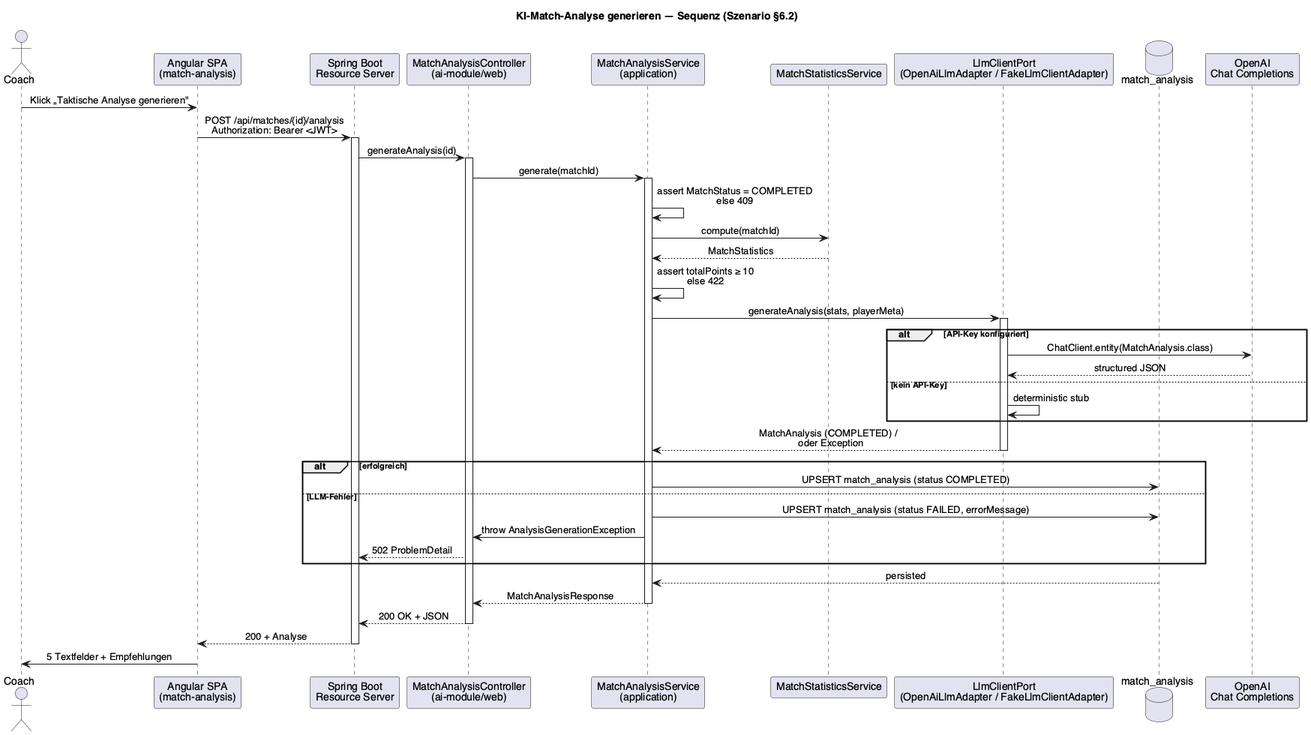
cbo1970/tsas keeps this PlantUML diagram as doc/sad/diagrams/TSaS_Seq_GenerateAnalysis.png. Above is the earlier version. Source of this version:
```plantuml
@startuml TSaS_Seq_GenerateAnalysis
skinparamlocked dpiScale 2.5
title KI-Match-Analyse generieren — Sequenz (Szenario §6.2)

skinparam sequenceMessageAlign center
skinparam shadowing false
skinparam defaultFontName Helvetica

actor Coach
participant "Angular SPA\n(match-analysis)" as FE
participant "Spring Boot\nResource Server" as API
participant "MatchAnalysisController\n(ai-module/web)" as Ctrl
participant "MatchAnalysisService\n(application)" as Svc
participant "MatchStatisticsService" as Stats
participant "LlmClientPort\n(OpenAiLlmAdapter / FakeLlmClientAdapter)" as Llm
database "match_analysis" as DB
participant "OpenAI\nChat Completions" as OpenAI

Coach -> FE : Klick „Taktische Analyse generieren"
FE -> API : POST /api/matches/{id}/analysis\nAuthorization: Bearer <JWT>
activate API
API -> Ctrl : generateAnalysis(id)
activate Ctrl
Ctrl -> Svc : generate(matchId)
activate Svc
Svc -> Svc : assert MatchStatus = COMPLETED\nelse 409
Svc -> Stats : compute(matchId)
Stats --> Svc : MatchStatistics
Svc -> Svc : assert totalPoints ≥ 10\nelse 422
Svc -> Llm : generateAnalysis(stats, playerMeta)
activate Llm
alt API-Key konfiguriert
  Llm -> OpenAI : ChatClient.entity(MatchAnalysis.class)
  OpenAI --> Llm : structured JSON
else kein API-Key
  Llm -> Llm : deterministic stub
end
Llm --> Svc : MatchAnalysis (COMPLETED) /\n  oder Exception
deactivate Llm
alt erfolgreich
  Svc -> DB : UPSERT match_analysis (status COMPLETED)
else LLM-Fehler
  Svc -> DB : UPSERT match_analysis (status FAILED, errorMessage)
  Svc -> Ctrl : throw AnalysisGenerationException
  Ctrl --> API : 502 ProblemDetail
end
DB --> Svc : persisted
Svc --> Ctrl : MatchAnalysisResponse
deactivate Svc
Ctrl --> API : 200 OK + JSON
deactivate Ctrl
API --> FE : 200 + Analyse
deactivate API
FE -> Coach : 5 Textfelder + Empfehlungen
@enduml
```
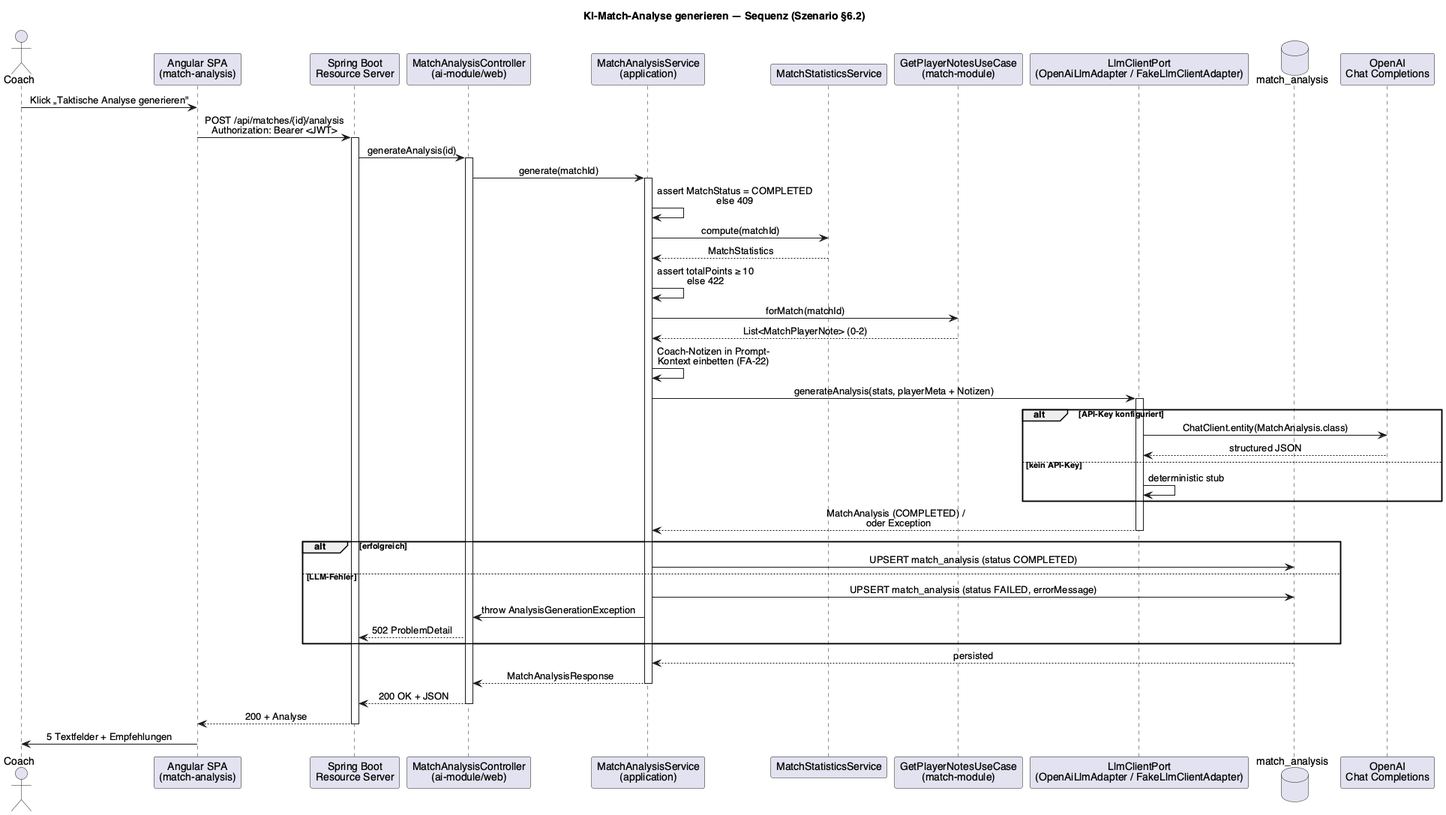
Above is the later version.

Commit message:
docs(sad): bring SAD + diagrams up to date (TEN-68 notes, Keycloak→Postgres) (#45)

The edit, as a diff of the source:
```diff
@@ -1,5 +1,4 @@
 @startuml TSaS_Seq_GenerateAnalysis
-skinparamlocked dpiScale 2.5
 title KI-Match-Analyse generieren — Sequenz (Szenario §6.2)
 
 skinparam sequenceMessageAlign center
@@ -12,6 +11,7 @@
 participant "MatchAnalysisController\n(ai-module/web)" as Ctrl
 participant "MatchAnalysisService\n(application)" as Svc
 participant "MatchStatisticsService" as Stats
+participant "GetPlayerNotesUseCase\n(match-module)" as Notes
 participant "LlmClientPort\n(OpenAiLlmAdapter / FakeLlmClientAdapter)" as Llm
 database "match_analysis" as DB
 participant "OpenAI\nChat Completions" as OpenAI
@@ -27,7 +27,10 @@
 Svc -> Stats : compute(matchId)
 Stats --> Svc : MatchStatistics
 Svc -> Svc : assert totalPoints ≥ 10\nelse 422
-Svc -> Llm : generateAnalysis(stats, playerMeta)
+Svc -> Notes : forMatch(matchId)
+Notes --> Svc : List<MatchPlayerNote> (0-2)
+Svc -> Svc : Coach-Notizen in Prompt-\nKontext einbetten (FA-22)
+Svc -> Llm : generateAnalysis(stats, playerMeta + Notizen)
 activate Llm
 alt API-Key konfiguriert
   Llm -> OpenAI : ChatClient.entity(MatchAnalysis.class)
```
